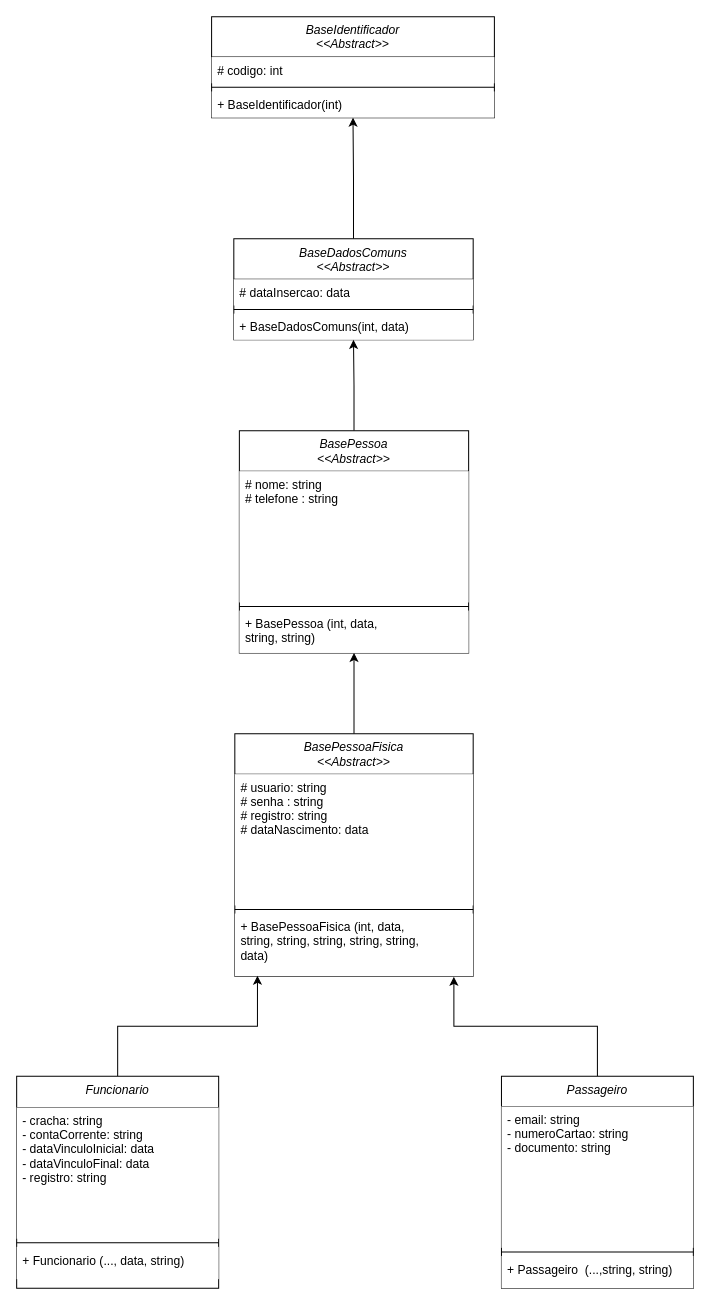
Before: DIAGRAMA ATIVIDADE 04.drawio in LipeCoelho21/atividade-04, a draw.io diagram. Source tidied: cells renumbered, new cells numbered last; positions are measured from the earlier drawing's top-left corner, leaving out a move shared by most shapes. Both pictures are drawn from the tidied source at 101%, with x=0, y=0 at pixel (16, 16).
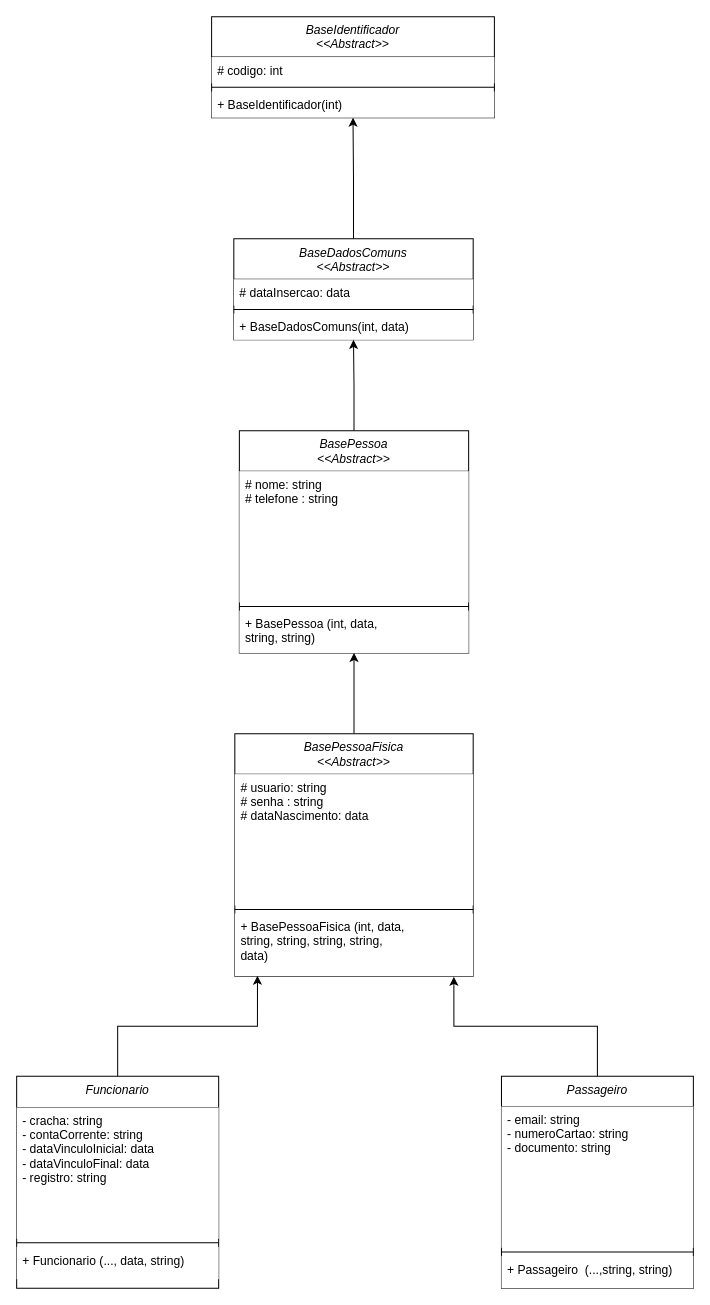
The same diagram, later.

The change refers to these unchanged cells:
```xml
<mxCell id="22" value="BasePessoaFisica&#10;&lt;&lt;Abstract&gt;&gt;" style="swimlane;fontStyle=2;align=center;verticalAlign=top;horizontal=1;startSize=40;rounded=0;shadow=0;strokeWidth=1;" parent="1" vertex="1">
  <mxGeometry x="216" y="710" width="236" height="240" as="geometry" />
</mxCell>
```

What changed in the source:
```diff
@@
-    <mxCell id="23" value="# usuario: string&#10;# senha : string&#10;# registro: string&#10;# dataNascimento: data&#10;" style="text;align=left;verticalAlign=top;spacingLeft=4;spacingRight=4;overflow=hidden;fillColor=default;" parent="22" vertex="1">
+    <mxCell id="23" value="# usuario: string&#10;# senha : string&#10;# dataNascimento: data&#10;" style="text;align=left;verticalAlign=top;spacingLeft=4;spacingRight=4;overflow=hidden;fillColor=default;" parent="22" vertex="1">
       <mxGeometry y="40" width="236" height="130" as="geometry" />
     </mxCell>
@@
-    <mxCell id="25" value="+ BasePessoaFisica (int, data, &#10;string, string, string, string, string,&#10;data)" style="text;align=left;verticalAlign=top;spacingLeft=4;spacingRight=4;overflow=hidden;points=[[0,0.5],[1,0.5]];portConstraint=eastwest;fillColor=default;" parent="22" vertex="1">
+    <mxCell id="25" value="+ BasePessoaFisica (int, data, &#10;string, string, string, string,&#10;data)" style="text;align=left;verticalAlign=top;spacingLeft=4;spacingRight=4;overflow=hidden;points=[[0,0.5],[1,0.5]];portConstraint=eastwest;fillColor=default;" parent="22" vertex="1">
       <mxGeometry y="178" width="236" height="62" as="geometry" />
     </mxCell>
```
